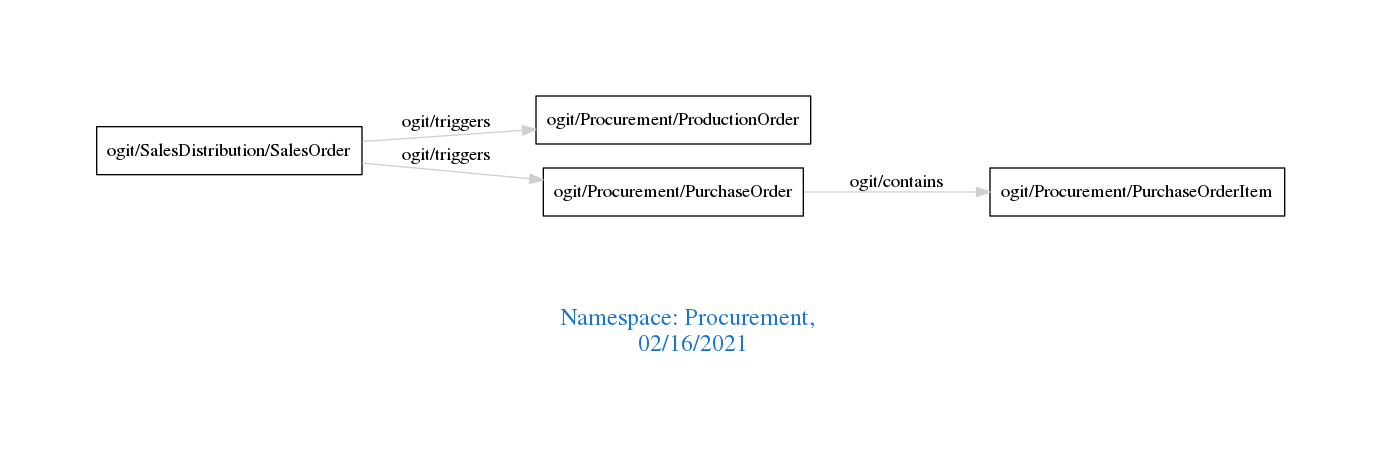
Earlier version of the Graphviz export downloads/Procurement.png (arago/OGIT). Its source is kept beside it as downloads/Procurement.dot.
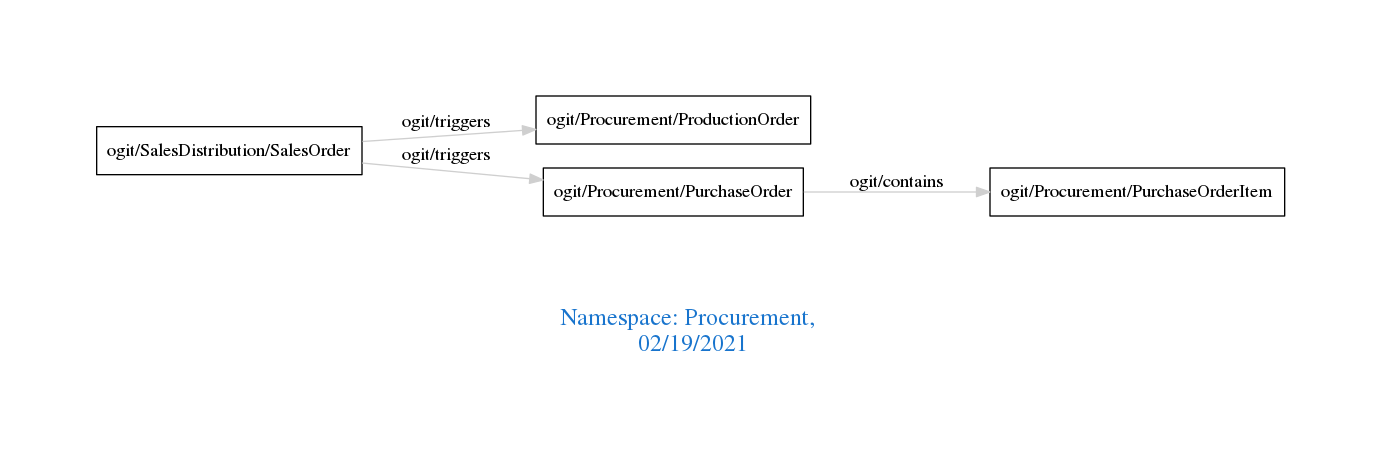
Later version of the same file.

The edit, as a diff of the source:
```diff
@@ -1,7 +1,7 @@
 digraph OGIT_ontology {
  graph [ rankdir= LR,pad=1
 fontsize = 18,
-fontcolor= dodgerblue3,label = "\n\n\nNamespace: Procurement, \n 02/16/2021"];
+fontcolor= dodgerblue3,label = "\n\n\nNamespace: Procurement, \n 02/19/2021"];
 node[shape=polygon];
 edge [  color="gray81"];
 
```
